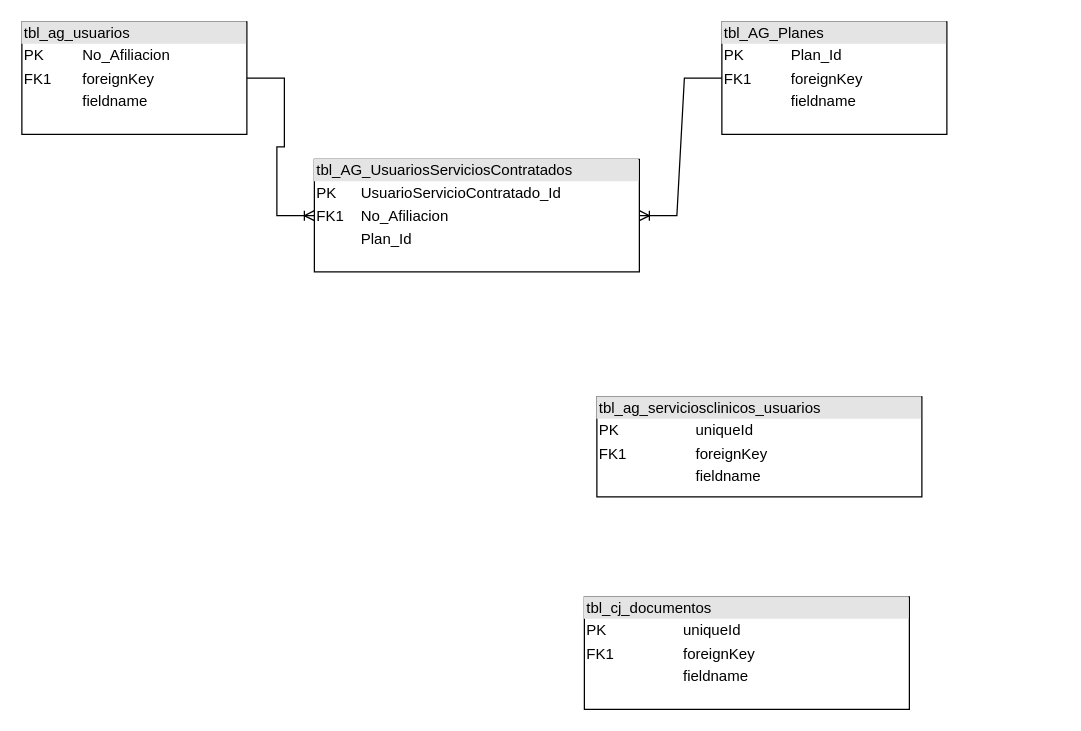
The draw.io diagram Diagrama sin título.drawio in rsosa02/sam-docs, before the edit. Source tidied: cells renumbered, new cells numbered last; positions are measured from the earlier drawing's top-left corner, leaving out a move shared by most shapes. Both pictures are drawn from the tidied source at 125%, with x=0, y=0 at pixel (21, 21).
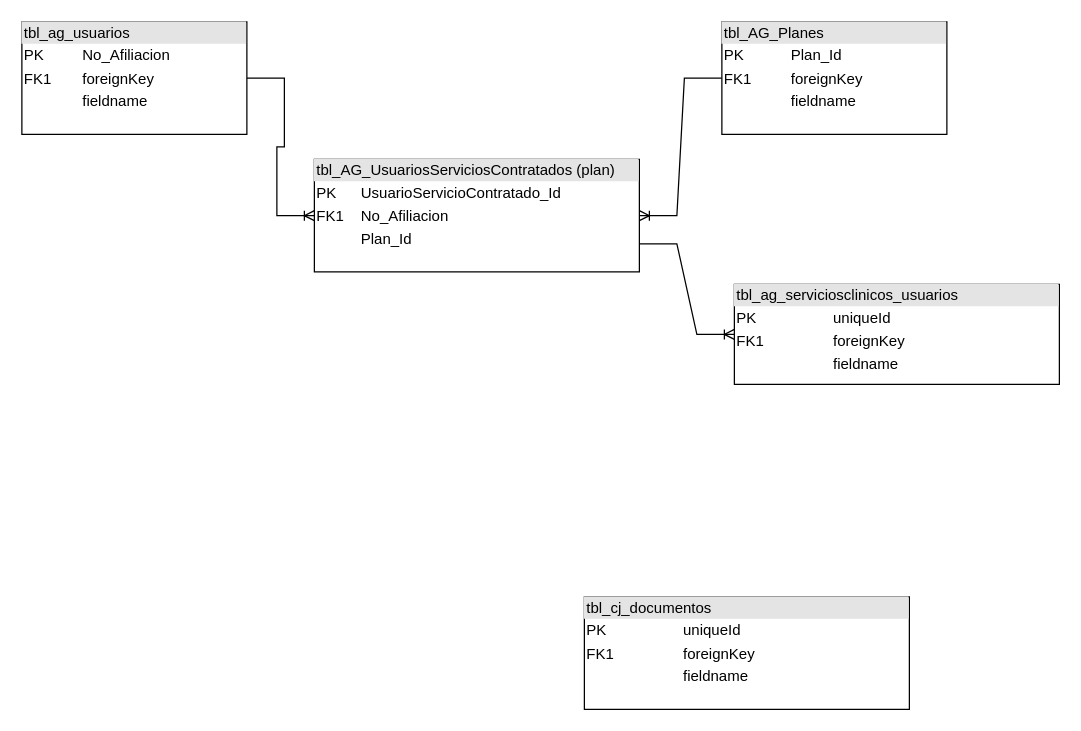
The same page after the edit.

The edit, as a diff of the source:
```diff
@@
 <mxGraphModel>
   <root>
     <mxCell id="0" />
     <mxCell id="1" parent="0" />
-    <mxCell id="2" value="&lt;div style=&quot;box-sizing:border-box;width:100%;background:#e4e4e4;padding:2px;&quot;&gt;tbl_AG_UsuariosServiciosContratados&lt;/div&gt;&lt;table style=&quot;width:100%;font-size:1em;&quot; cellpadding=&quot;2&quot; cellspacing=&quot;0&quot;&gt;&lt;tbody&gt;&lt;tr&gt;&lt;td&gt;PK&lt;/td&gt;&lt;td&gt;UsuarioServicioContratado_Id&lt;/td&gt;&lt;/tr&gt;&lt;tr&gt;&lt;td&gt;FK1&lt;/td&gt;&lt;td&gt;No_Afiliacion&lt;/td&gt;&lt;/tr&gt;&lt;tr&gt;&lt;td&gt;&lt;/td&gt;&lt;td&gt;Plan_Id&lt;/td&gt;&lt;/tr&gt;&lt;/tbody&gt;&lt;/table&gt;" style="verticalAlign=top;align=left;overflow=fill;html=1;" parent="1" vertex="1">
+    <mxCell id="2" value="&lt;div style=&quot;box-sizing:border-box;width:100%;background:#e4e4e4;padding:2px;&quot;&gt;tbl_AG_UsuariosServiciosContratados (plan)&lt;/div&gt;&lt;table style=&quot;width:100%;font-size:1em;&quot; cellpadding=&quot;2&quot; cellspacing=&quot;0&quot;&gt;&lt;tbody&gt;&lt;tr&gt;&lt;td&gt;PK&lt;/td&gt;&lt;td&gt;UsuarioServicioContratado_Id&lt;/td&gt;&lt;/tr&gt;&lt;tr&gt;&lt;td&gt;FK1&lt;/td&gt;&lt;td&gt;No_Afiliacion&lt;/td&gt;&lt;/tr&gt;&lt;tr&gt;&lt;td&gt;&lt;/td&gt;&lt;td&gt;Plan_Id&lt;/td&gt;&lt;/tr&gt;&lt;/tbody&gt;&lt;/table&gt;" style="verticalAlign=top;align=left;overflow=fill;html=1;" parent="1" vertex="1">
       <mxGeometry x="234" y="110" width="260" height="90" as="geometry" />
     </mxCell>
     <mxCell id="3" value="&lt;div style=&quot;box-sizing:border-box;width:100%;background:#e4e4e4;padding:2px;&quot;&gt;tbl_ag_usuarios&lt;/div&gt;&lt;table style=&quot;width:100%;font-size:1em;&quot; cellpadding=&quot;2&quot; cellspacing=&quot;0&quot;&gt;&lt;tbody&gt;&lt;tr&gt;&lt;td&gt;PK&lt;/td&gt;&lt;td&gt;No_Afiliacion&lt;/td&gt;&lt;/tr&gt;&lt;tr&gt;&lt;td&gt;FK1&lt;/td&gt;&lt;td&gt;foreignKey&lt;/td&gt;&lt;/tr&gt;&lt;tr&gt;&lt;td&gt;&lt;/td&gt;&lt;td&gt;fieldname&lt;/td&gt;&lt;/tr&gt;&lt;/tbody&gt;&lt;/table&gt;" style="verticalAlign=top;align=left;overflow=fill;html=1;" parent="1" vertex="1">
       <mxGeometry width="180" height="90" as="geometry" />
     </mxCell>
     <mxCell id="4" value="&lt;div style=&quot;box-sizing:border-box;width:100%;background:#e4e4e4;padding:2px;&quot;&gt;tbl_cj_documentos&lt;/div&gt;&lt;table style=&quot;width:100%;font-size:1em;&quot; cellpadding=&quot;2&quot; cellspacing=&quot;0&quot;&gt;&lt;tbody&gt;&lt;tr&gt;&lt;td&gt;PK&lt;/td&gt;&lt;td&gt;uniqueId&lt;/td&gt;&lt;/tr&gt;&lt;tr&gt;&lt;td&gt;FK1&lt;/td&gt;&lt;td&gt;foreignKey&lt;/td&gt;&lt;/tr&gt;&lt;tr&gt;&lt;td&gt;&lt;/td&gt;&lt;td&gt;fieldname&lt;/td&gt;&lt;/tr&gt;&lt;/tbody&gt;&lt;/table&gt;" style="verticalAlign=top;align=left;overflow=fill;html=1;" parent="1" vertex="1">
       <mxGeometry x="450" y="460" width="260" height="90" as="geometry" />
     </mxCell>
     <mxCell id="5" value="&lt;div style=&quot;box-sizing:border-box;width:100%;background:#e4e4e4;padding:2px;&quot;&gt;tbl_ag_serviciosclinicos_usuarios&lt;/div&gt;&lt;table style=&quot;width:100%;font-size:1em;&quot; cellpadding=&quot;2&quot; cellspacing=&quot;0&quot;&gt;&lt;tbody&gt;&lt;tr&gt;&lt;td&gt;PK&lt;/td&gt;&lt;td&gt;uniqueId&lt;/td&gt;&lt;/tr&gt;&lt;tr&gt;&lt;td&gt;FK1&lt;/td&gt;&lt;td&gt;foreignKey&lt;/td&gt;&lt;/tr&gt;&lt;tr&gt;&lt;td&gt;&lt;/td&gt;&lt;td&gt;fieldname&lt;/td&gt;&lt;/tr&gt;&lt;/tbody&gt;&lt;/table&gt;" style="verticalAlign=top;align=left;overflow=fill;html=1;" parent="1" vertex="1">
-      <mxGeometry x="460" y="300" width="260" height="80" as="geometry" />
+      <mxGeometry x="570" y="210" width="260" height="80" as="geometry" />
     </mxCell>
     <mxCell id="6" value="&lt;div style=&quot;box-sizing:border-box;width:100%;background:#e4e4e4;padding:2px;&quot;&gt;tbl_AG_Planes&lt;/div&gt;&lt;table style=&quot;width:100%;font-size:1em;&quot; cellpadding=&quot;2&quot; cellspacing=&quot;0&quot;&gt;&lt;tbody&gt;&lt;tr&gt;&lt;td&gt;PK&lt;/td&gt;&lt;td&gt;Plan_Id&lt;/td&gt;&lt;/tr&gt;&lt;tr&gt;&lt;td&gt;FK1&lt;/td&gt;&lt;td&gt;foreignKey&lt;/td&gt;&lt;/tr&gt;&lt;tr&gt;&lt;td&gt;&lt;/td&gt;&lt;td&gt;fieldname&lt;/td&gt;&lt;/tr&gt;&lt;/tbody&gt;&lt;/table&gt;" style="verticalAlign=top;align=left;overflow=fill;html=1;" parent="1" vertex="1">
       <mxGeometry x="560" width="180" height="90" as="geometry" />
     </mxCell>
     <mxCell id="7" style="edgeStyle=entityRelationEdgeStyle;fontSize=12;html=1;endArrow=ERoneToMany;rounded=0;fontFamily=Helvetica;exitX=1;exitY=0.5;exitDx=0;exitDy=0;" parent="1" edge="1" source="3" target="2">
       <mxGeometry relative="1" as="geometry" />
     </mxCell>
     <mxCell id="8" style="edgeStyle=entityRelationEdgeStyle;fontSize=12;html=1;endArrow=ERoneToMany;rounded=0;fontFamily=Helvetica;exitX=0;exitY=0.5;exitDx=0;exitDy=0;entryX=1;entryY=0.5;entryDx=0;entryDy=0;" parent="1" edge="1" source="6" target="2">
       <mxGeometry relative="1" as="geometry" />
     </mxCell>
+    <mxCell id="9" style="edgeStyle=entityRelationEdgeStyle;fontSize=12;html=1;endArrow=ERoneToMany;rounded=0;fontFamily=Helvetica;entryX=0;entryY=0.5;entryDx=0;entryDy=0;exitX=1;exitY=0.75;exitDx=0;exitDy=0;" parent="1" edge="1" source="2" target="5">
+      <mxGeometry relative="1" as="geometry" />
+    </mxCell>
   </root>
 </mxGraphModel>
```
